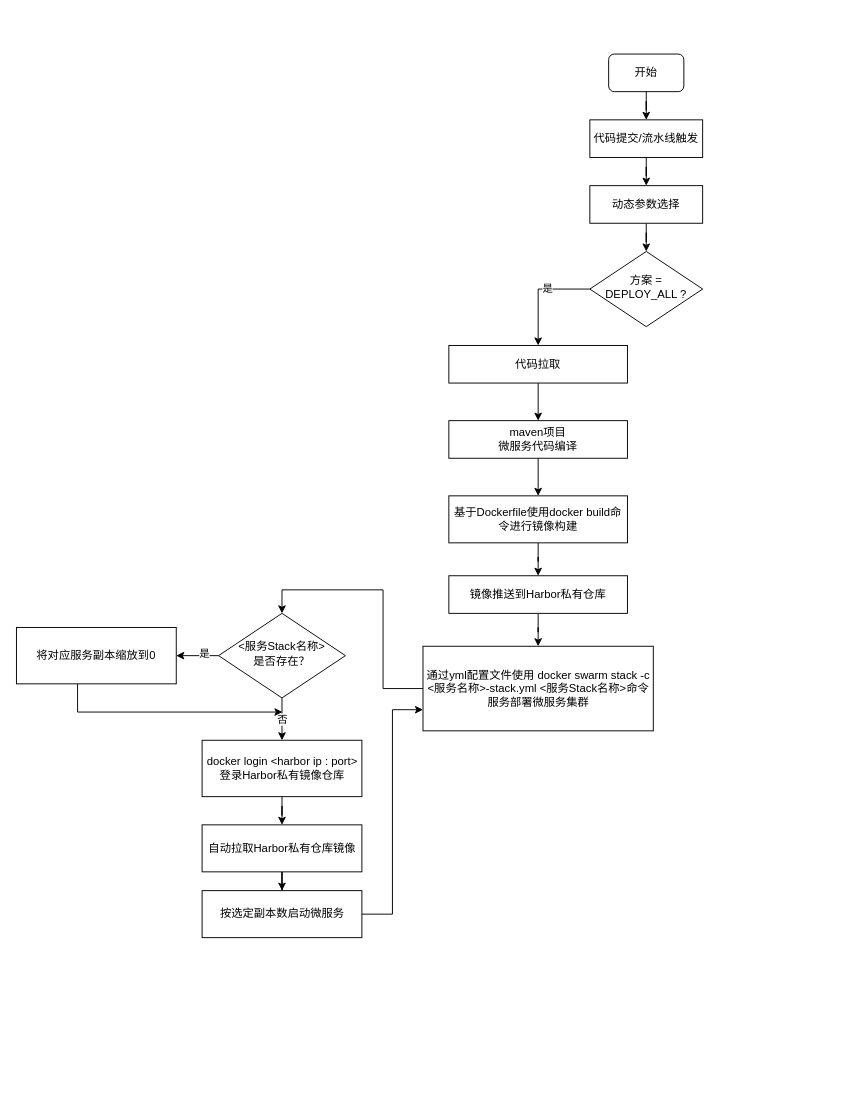
Before: jenkins-cicd-flow.drawio in oasisnoehub/DevOps, a draw.io diagram. Source tidied: cells renumbered, new cells numbered last; positions are measured from the earlier drawing's top-left corner, leaving out a move shared by most shapes. Both pictures are drawn from the tidied source at 94%, with x=0, y=0 at pixel (16, 54).
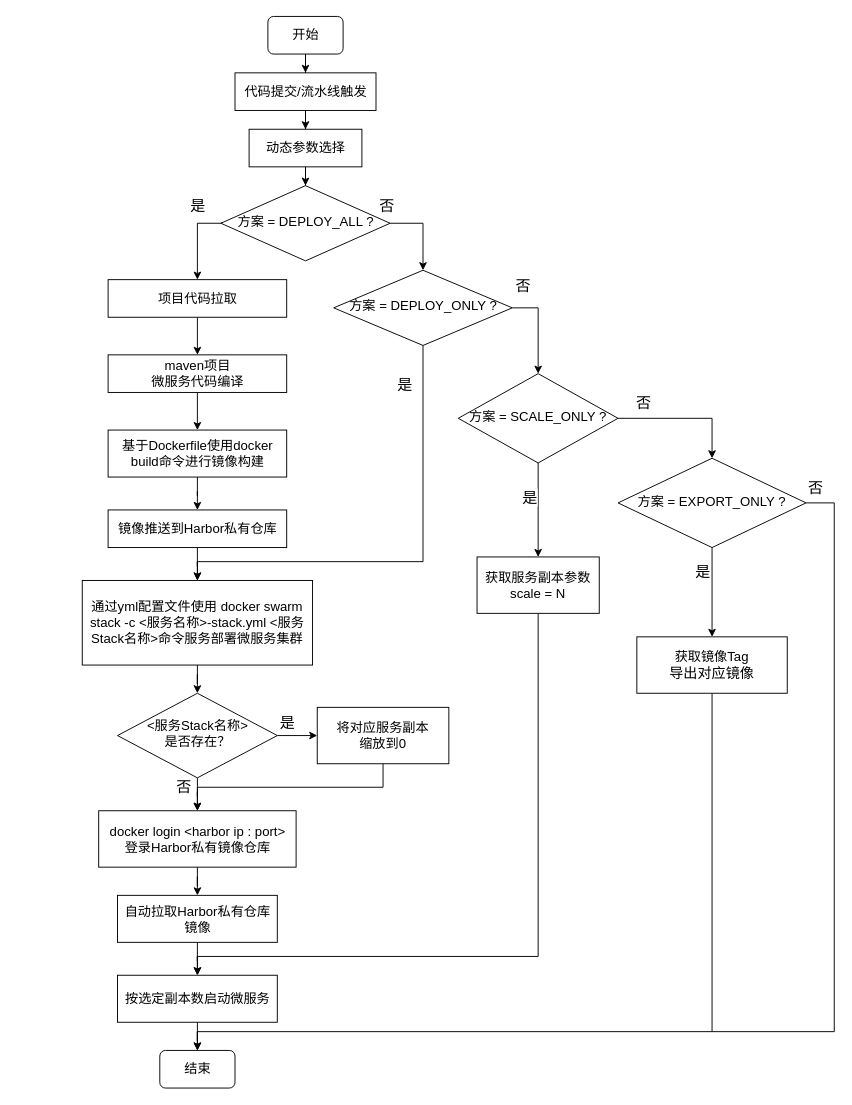
The same page after the edit.

Diff of the diagram source:
```diff
@@
-    <mxCell id="2" value="代码提交/流水线触发" style="rounded=0;whiteSpace=wrap;html=1;fontSize=12;glass=0;strokeWidth=1;shadow=0;" parent="1" vertex="1">
-      <mxGeometry x="610" y="70" width="120" height="40" as="geometry" />
+    <mxCell id="2" value="代码提交/流水线触发" style="rounded=0;whiteSpace=wrap;html=1;fontSize=14;glass=0;strokeWidth=1;shadow=0;" parent="1" vertex="1">
+      <mxGeometry x="232.5" y="20" width="150" height="40" as="geometry" />
     </mxCell>
-    <mxCell id="3" style="edgeStyle=orthogonalEdgeStyle;rounded=0;jettySize=auto;html=1;" parent="1" edge="1" source="2" target="5">
+    <mxCell id="3" style="edgeStyle=orthogonalEdgeStyle;rounded=0;jettySize=auto;html=1;fontSize=14;" parent="1" edge="1" source="2" target="5">
       <mxGeometry relative="1" as="geometry" />
     </mxCell>
-    <mxCell id="4" style="edgeStyle=orthogonalEdgeStyle;rounded=0;jettySize=auto;html=1;entryX=0.5;entryY=0;entryDx=0;entryDy=0;" parent="1" edge="1" source="5" target="8">
+    <mxCell id="4" style="edgeStyle=orthogonalEdgeStyle;rounded=0;jettySize=auto;html=1;entryX=0.5;entryY=0;entryDx=0;entryDy=0;fontSize=14;" parent="1" edge="1" source="5" target="8">
       <mxGeometry relative="1" as="geometry" />
     </mxCell>
-    <mxCell id="5" value="动态参数选择" style="rounded=0;whiteSpace=wrap;html=1;fontSize=12;glass=0;strokeWidth=1;shadow=0;" parent="1" vertex="1">
-      <mxGeometry x="610" y="140" width="120" height="40" as="geometry" />
+    <mxCell id="5" value="动态参数选择" style="rounded=0;whiteSpace=wrap;html=1;fontSize=14;glass=0;strokeWidth=1;shadow=0;" parent="1" vertex="1">
+      <mxGeometry x="247.5" y="80" width="120" height="40" as="geometry" />
     </mxCell>
-    <mxCell id="6" style="edgeStyle=orthogonalEdgeStyle;rounded=0;jettySize=auto;html=1;entryX=0.5;entryY=0;entryDx=0;entryDy=0;exitX=0;exitY=0.5;exitDx=0;exitDy=0;" parent="1" edge="1" source="8" target="10">
+    <mxCell id="6" style="edgeStyle=orthogonalEdgeStyle;rounded=0;jettySize=auto;html=1;entryX=0.5;entryY=0;entryDx=0;entryDy=0;exitX=0;exitY=0.5;exitDx=0;exitDy=0;fontSize=14;" parent="1" edge="1" source="8" target="10">
       <mxGeometry relative="1" as="geometry">
         <Array as="points">
-          <mxPoint x="610" y="250" />
-          <mxPoint x="555" y="250" />
+          <mxPoint x="247.5" y="180" />
+          <mxPoint x="192.5" y="180" />
         </Array>
       </mxGeometry>
     </mxCell>
-    <mxCell id="7" value="是" style="edgeLabel;html=1;align=center;verticalAlign=middle;" parent="6" vertex="1">
-      <mxGeometry x="-0.2" y="-1" relative="1" as="geometry" />
+    <mxCell id="7" value="&lt;font style=&quot;font-size: 16px;&quot;&gt;是&lt;/font&gt;" style="edgeLabel;html=1;align=center;verticalAlign=middle;fontSize=14;" parent="6" vertex="1">
+      <mxGeometry x="-0.2" y="-1" relative="1" as="geometry">
+        <mxPoint x="-27" y="-19" as="offset" />
+      </mxGeometry>
     </mxCell>
+    <mxCell id="33" style="edgeStyle=orthogonalEdgeStyle;rounded=0;jettySize=auto;html=1;entryX=0.5;entryY=0;entryDx=0;entryDy=0;exitX=1;exitY=0.5;exitDx=0;exitDy=0;fontSize=14;" parent="1" edge="1" source="8" target="43">
+      <mxGeometry relative="1" as="geometry" />
+    </mxCell>
+    <mxCell id="34" value="&lt;font style=&quot;font-size: 16px;&quot;&gt;否&lt;/font&gt;" style="edgeLabel;html=1;align=center;verticalAlign=middle;fontSize=14;" parent="33" vertex="1">
+      <mxGeometry x="-0.33" y="-4" relative="1" as="geometry">
+        <mxPoint x="-32" y="-24" as="offset" />
+      </mxGeometry>
+    </mxCell>
-    <mxCell id="8" value="方案 = DEPLOY_ALL ?" style="rhombus;whiteSpace=wrap;html=1;shadow=0;fontFamily=Helvetica;fontSize=12;align=center;strokeWidth=1;spacing=6;spacingTop=-4;" parent="1" vertex="1">
-      <mxGeometry x="610" y="210" width="120" height="80" as="geometry" />
+    <mxCell id="8" value="方案 = DEPLOY_ALL ?" style="rhombus;whiteSpace=wrap;html=1;shadow=0;fontFamily=Helvetica;fontSize=14;align=center;strokeWidth=1;spacing=6;spacingTop=-4;" parent="1" vertex="1">
+      <mxGeometry x="217.5" y="140" width="180" height="80" as="geometry" />
     </mxCell>
-    <mxCell id="9" style="edgeStyle=orthogonalEdgeStyle;rounded=0;jettySize=auto;html=1;entryX=0.5;entryY=0;entryDx=0;entryDy=0;" parent="1" edge="1" source="10" target="12">
+    <mxCell id="9" style="edgeStyle=orthogonalEdgeStyle;rounded=0;jettySize=auto;html=1;entryX=0.5;entryY=0;entryDx=0;entryDy=0;fontSize=14;" parent="1" edge="1" source="10" target="12">
       <mxGeometry relative="1" as="geometry" />
     </mxCell>
-    <mxCell id="10" value="代码拉取" style="rounded=0;whiteSpace=wrap;html=1;fontSize=12;glass=0;strokeWidth=1;shadow=0;" parent="1" vertex="1">
-      <mxGeometry x="460" y="310" width="190" height="40" as="geometry" />
+    <mxCell id="10" value="项目代码拉取" style="rounded=0;whiteSpace=wrap;html=1;fontSize=14;glass=0;strokeWidth=1;shadow=0;" parent="1" vertex="1">
+      <mxGeometry x="97.5" y="240" width="190" height="40" as="geometry" />
     </mxCell>
-    <mxCell id="11" style="edgeStyle=orthogonalEdgeStyle;rounded=0;jettySize=auto;html=1;entryX=0.5;entryY=0;entryDx=0;entryDy=0;" parent="1" edge="1" source="12" target="14">
+    <mxCell id="11" style="edgeStyle=orthogonalEdgeStyle;rounded=0;jettySize=auto;html=1;entryX=0.5;entryY=0;entryDx=0;entryDy=0;fontSize=14;" parent="1" edge="1" source="12" target="14">
       <mxGeometry relative="1" as="geometry" />
     </mxCell>
-    <mxCell id="12" value="maven项目&lt;br&gt;微服务代码编译" style="rounded=0;whiteSpace=wrap;html=1;fontSize=12;glass=0;strokeWidth=1;shadow=0;" parent="1" vertex="1">
-      <mxGeometry x="460" y="390" width="190" height="40" as="geometry" />
+    <mxCell id="12" value="maven项目&lt;br style=&quot;font-size: 14px;&quot;&gt;微服务代码编译" style="rounded=0;whiteSpace=wrap;html=1;fontSize=14;glass=0;strokeWidth=1;shadow=0;" parent="1" vertex="1">
+      <mxGeometry x="97.5" y="320" width="190" height="40" as="geometry" />
     </mxCell>
-    <mxCell id="13" style="edgeStyle=orthogonalEdgeStyle;rounded=0;jettySize=auto;html=1;entryX=0.5;entryY=0;entryDx=0;entryDy=0;" parent="1" edge="1" source="14" target="16">
+    <mxCell id="13" style="edgeStyle=orthogonalEdgeStyle;rounded=0;jettySize=auto;html=1;entryX=0.5;entryY=0;entryDx=0;entryDy=0;fontSize=14;" parent="1" edge="1" source="14" target="16">
       <mxGeometry relative="1" as="geometry" />
     </mxCell>
-    <mxCell id="14" value="基于Dockerfile使用docker build命令&lt;span style=&quot;background-color: initial;&quot;&gt;进行镜像构建&lt;/span&gt;" style="rounded=0;whiteSpace=wrap;html=1;fontSize=12;glass=0;strokeWidth=1;shadow=0;" parent="1" vertex="1">
-      <mxGeometry x="460" y="470" width="190" height="50" as="geometry" />
+    <mxCell id="14" value="基于Dockerfile使用docker build命令&lt;span style=&quot;background-color: initial; font-size: 14px;&quot;&gt;进行镜像构建&lt;/span&gt;" style="rounded=0;whiteSpace=wrap;html=1;fontSize=14;glass=0;strokeWidth=1;shadow=0;" parent="1" vertex="1">
+      <mxGeometry x="97.5" y="400" width="190" height="50" as="geometry" />
     </mxCell>
-    <mxCell id="15" style="edgeStyle=orthogonalEdgeStyle;rounded=0;jettySize=auto;html=1;entryX=0.5;entryY=0;entryDx=0;entryDy=0;" parent="1" edge="1" source="16" target="18">
+    <mxCell id="15" style="edgeStyle=orthogonalEdgeStyle;rounded=0;jettySize=auto;html=1;entryX=0.5;entryY=0;entryDx=0;entryDy=0;fontSize=14;" parent="1" edge="1" source="16" target="18">
       <mxGeometry relative="1" as="geometry" />
     </mxCell>
-    <mxCell id="16" value="镜像推送到Harbor私有仓库" style="rounded=0;whiteSpace=wrap;html=1;fontSize=12;glass=0;strokeWidth=1;shadow=0;" parent="1" vertex="1">
-      <mxGeometry x="460" y="555" width="190" height="40" as="geometry" />
+    <mxCell id="16" value="镜像推送到Harbor私有仓库" style="rounded=0;whiteSpace=wrap;html=1;fontSize=14;glass=0;strokeWidth=1;shadow=0;" parent="1" vertex="1">
+      <mxGeometry x="97.5" y="485" width="190" height="40" as="geometry" />
     </mxCell>
-    <mxCell id="17" style="edgeStyle=orthogonalEdgeStyle;rounded=0;jettySize=auto;html=1;entryX=0.5;entryY=0;entryDx=0;entryDy=0;" parent="1" edge="1" source="18" target="28">
-      <mxGeometry relative="1" as="geometry">
-        <Array as="points">
-          <mxPoint x="390" y="675" />
-          <mxPoint x="390" y="570" />
-          <mxPoint x="283" y="570" />
-        </Array>
-      </mxGeometry>
+    <mxCell id="17" style="edgeStyle=orthogonalEdgeStyle;rounded=0;jettySize=auto;html=1;entryX=0.5;entryY=0;entryDx=0;entryDy=0;fontSize=14;" parent="1" edge="1" source="18" target="28">
+      <mxGeometry relative="1" as="geometry" />
     </mxCell>
-    <mxCell id="18" value="&lt;div style=&quot;&quot;&gt;&lt;span style=&quot;background-color: initial;&quot;&gt;通过yml配置文件使用&amp;nbsp;&lt;/span&gt;&lt;span style=&quot;background-color: initial;&quot;&gt;docker swarm stack -c &amp;lt;服务名称&amp;gt;-stack.yml &amp;lt;服务Stack名称&amp;gt;命令&lt;/span&gt;&lt;span style=&quot;background-color: initial;&quot;&gt;服务部署微服务集群&lt;/span&gt;&lt;/div&gt;" style="rounded=0;whiteSpace=wrap;html=1;fontSize=12;glass=0;strokeWidth=1;shadow=0;align=center;" parent="1" vertex="1">
-      <mxGeometry x="432.5" y="630" width="245" height="90" as="geometry" />
+    <mxCell id="18" value="&lt;div style=&quot;font-size: 14px;&quot;&gt;&lt;span style=&quot;background-color: initial; font-size: 14px;&quot;&gt;通过yml配置文件使用&amp;nbsp;&lt;/span&gt;&lt;span style=&quot;background-color: initial; font-size: 14px;&quot;&gt;docker swarm stack -c &amp;lt;服务名称&amp;gt;-stack.yml &amp;lt;服务Stack名称&amp;gt;命令&lt;/span&gt;&lt;span style=&quot;background-color: initial; font-size: 14px;&quot;&gt;服务部署微服务集群&lt;/span&gt;&lt;/div&gt;" style="rounded=0;whiteSpace=wrap;html=1;fontSize=14;glass=0;strokeWidth=1;shadow=0;align=center;" parent="1" vertex="1">
+      <mxGeometry x="70" y="560" width="245" height="90" as="geometry" />
     </mxCell>
-    <mxCell id="19" style="edgeStyle=orthogonalEdgeStyle;rounded=0;jettySize=auto;html=1;entryX=0.5;entryY=0;entryDx=0;entryDy=0;" parent="1" edge="1" source="20" target="24">
+    <mxCell id="19" style="edgeStyle=orthogonalEdgeStyle;rounded=0;jettySize=auto;html=1;entryX=0.5;entryY=0;entryDx=0;entryDy=0;fontSize=14;" parent="1" edge="1" source="20" target="24">
       <mxGeometry relative="1" as="geometry" />
     </mxCell>
-    <mxCell id="20" value="docker login &amp;lt;harbor ip : port&amp;gt;&lt;div&gt;登录Harbor私有镜像仓库&lt;/div&gt;" style="rounded=0;whiteSpace=wrap;html=1;fontSize=12;glass=0;strokeWidth=1;shadow=0;" parent="1" vertex="1">
-      <mxGeometry x="197.5" y="730" width="170" height="60" as="geometry" />
+    <mxCell id="20" value="docker login &amp;lt;harbor ip : port&amp;gt;&lt;div style=&quot;font-size: 14px;&quot;&gt;登录Harbor私有镜像仓库&lt;/div&gt;" style="rounded=0;whiteSpace=wrap;html=1;fontSize=14;glass=0;strokeWidth=1;shadow=0;" parent="1" vertex="1">
+      <mxGeometry x="87.5" y="805" width="210" height="60" as="geometry" />
     </mxCell>
-    <mxCell id="21" style="edgeStyle=orthogonalEdgeStyle;rounded=0;jettySize=auto;html=1;entryX=0;entryY=0.75;entryDx=0;entryDy=0;" parent="1" edge="1" source="22" target="18">
-      <mxGeometry relative="1" as="geometry" />
-    </mxCell>
+    <mxCell id="35" style="edgeStyle=orthogonalEdgeStyle;rounded=0;jettySize=auto;html=1;entryX=0.5;entryY=0;entryDx=0;entryDy=0;fontSize=14;" parent="1" edge="1" source="22" target="38">
+      <mxGeometry relative="1" as="geometry" />
+    </mxCell>
-    <mxCell id="22" value="按选定副本数启动微服务" style="rounded=0;whiteSpace=wrap;html=1;fontSize=12;glass=0;strokeWidth=1;shadow=0;" parent="1" vertex="1">
-      <mxGeometry x="197.5" y="890" width="170" height="50" as="geometry" />
+    <mxCell id="22" value="按选定副本数启动微服务" style="rounded=0;whiteSpace=wrap;html=1;fontSize=14;glass=0;strokeWidth=1;shadow=0;" parent="1" vertex="1">
+      <mxGeometry x="107.5" y="980" width="170" height="50" as="geometry" />
     </mxCell>
-    <mxCell id="23" style="edgeStyle=orthogonalEdgeStyle;rounded=0;jettySize=auto;html=1;entryX=0.5;entryY=0;entryDx=0;entryDy=0;" parent="1" edge="1" source="24" target="22">
+    <mxCell id="23" style="edgeStyle=orthogonalEdgeStyle;rounded=0;jettySize=auto;html=1;entryX=0.5;entryY=0;entryDx=0;entryDy=0;fontSize=14;" parent="1" edge="1" source="24" target="22">
       <mxGeometry relative="1" as="geometry" />
     </mxCell>
-    <mxCell id="24" value="&lt;div&gt;自动拉取Harbor私有仓库镜像&lt;/div&gt;" style="rounded=0;whiteSpace=wrap;html=1;fontSize=12;glass=0;strokeWidth=1;shadow=0;" parent="1" vertex="1">
-      <mxGeometry x="197.5" y="820" width="170" height="50" as="geometry" />
+    <mxCell id="24" value="&lt;div style=&quot;font-size: 14px;&quot;&gt;自动拉取Harbor私有仓库镜像&lt;/div&gt;" style="rounded=0;whiteSpace=wrap;html=1;fontSize=14;glass=0;strokeWidth=1;shadow=0;" parent="1" vertex="1">
+      <mxGeometry x="107.5" y="895" width="170" height="50" as="geometry" />
     </mxCell>
+    <mxCell id="27" value="&lt;font style=&quot;font-size: 16px;&quot;&gt;否&lt;/font&gt;" style="edgeStyle=orthogonalEdgeStyle;rounded=0;jettySize=auto;html=1;fontSize=14;" parent="1" edge="1" source="28" target="20">
+      <mxGeometry x="-0.56" y="-15" relative="1" as="geometry" />
+    </mxCell>
-    <mxCell id="25" style="edgeStyle=orthogonalEdgeStyle;rounded=0;jettySize=auto;html=1;entryX=1;entryY=0.5;entryDx=0;entryDy=0;" parent="1" edge="1" source="28" target="30">
+    <mxCell id="25" style="edgeStyle=orthogonalEdgeStyle;rounded=0;jettySize=auto;html=1;entryX=0;entryY=0.5;entryDx=0;entryDy=0;fontSize=14;" parent="1" edge="1" source="28" target="30">
       <mxGeometry relative="1" as="geometry" />
     </mxCell>
-    <mxCell id="26" value="是" style="edgeLabel;html=1;align=center;verticalAlign=middle;" parent="25" vertex="1">
-      <mxGeometry x="-0.28" y="-3" relative="1" as="geometry" />
-    </mxCell>
-    <mxCell id="27" value="否" style="edgeStyle=orthogonalEdgeStyle;rounded=0;jettySize=auto;html=1;" parent="1" edge="1" source="28" target="20">
-      <mxGeometry relative="1" as="geometry" />
-    </mxCell>
+    <mxCell id="36" value="&lt;font style=&quot;font-size: 16px;&quot;&gt;是&lt;/font&gt;" style="edgeLabel;html=1;align=center;verticalAlign=middle;fontSize=14;" parent="25" vertex="1">
+      <mxGeometry x="-0.14" y="1" relative="1" as="geometry">
+        <mxPoint x="-8" y="-14" as="offset" />
+      </mxGeometry>
+    </mxCell>
-    <mxCell id="28" value="&amp;lt;服务Stack名称&amp;gt;&lt;div&gt;是否存在？&lt;/div&gt;" style="rhombus;whiteSpace=wrap;html=1;shadow=0;fontFamily=Helvetica;fontSize=12;align=center;strokeWidth=1;spacing=6;spacingTop=-4;" parent="1" vertex="1">
-      <mxGeometry x="215" y="595" width="135" height="90" as="geometry" />
+    <mxCell id="28" value="&amp;lt;服务Stack名称&amp;gt;&lt;div style=&quot;font-size: 14px;&quot;&gt;是否存在？&lt;/div&gt;" style="rhombus;whiteSpace=wrap;html=1;shadow=0;fontFamily=Helvetica;fontSize=14;align=center;strokeWidth=1;spacing=6;spacingTop=-4;" parent="1" vertex="1">
+      <mxGeometry x="107.5" y="680" width="170" height="90" as="geometry" />
     </mxCell>
-    <mxCell id="29" style="edgeStyle=orthogonalEdgeStyle;rounded=0;jettySize=auto;html=1;" parent="1" edge="1" source="30">
-      <mxGeometry relative="1" as="geometry">
-        <mxPoint x="283" y="700" as="targetPoint" />
-        <Array as="points">
-          <mxPoint x="65" y="700" />
-          <mxPoint x="283" y="700" />
-        </Array>
-      </mxGeometry>
-    </mxCell>
+    <mxCell id="37" style="edgeStyle=orthogonalEdgeStyle;rounded=0;jettySize=auto;html=1;entryX=0.5;entryY=0;entryDx=0;entryDy=0;fontSize=14;" parent="1" edge="1" source="30" target="20">
+      <mxGeometry relative="1" as="geometry">
+        <Array as="points">
+          <mxPoint x="390.5" y="780" />
+          <mxPoint x="192.5" y="780" />
+        </Array>
+      </mxGeometry>
+    </mxCell>
-    <mxCell id="30" value="将对应服务副本缩放到0" style="rounded=0;whiteSpace=wrap;html=1;fontSize=12;glass=0;strokeWidth=1;shadow=0;" parent="1" vertex="1">
-      <mxGeometry y="610" width="170" height="60" as="geometry" />
+    <mxCell id="30" value="将对应服务副本&lt;div style=&quot;font-size: 14px;&quot;&gt;缩放到0&lt;/div&gt;" style="rounded=0;whiteSpace=wrap;html=1;fontSize=14;glass=0;strokeWidth=1;shadow=0;" parent="1" vertex="1">
+      <mxGeometry x="320" y="695" width="140" height="60" as="geometry" />
     </mxCell>
-    <mxCell id="31" style="edgeStyle=orthogonalEdgeStyle;rounded=0;jettySize=auto;html=1;entryX=0.5;entryY=0;entryDx=0;entryDy=0;" parent="1" edge="1" source="32" target="2">
+    <mxCell id="31" style="edgeStyle=orthogonalEdgeStyle;rounded=0;jettySize=auto;html=1;entryX=0.5;entryY=0;entryDx=0;entryDy=0;fontSize=14;" parent="1" edge="1" source="32" target="2">
       <mxGeometry relative="1" as="geometry" />
     </mxCell>
-    <mxCell id="32" value="开始" style="rounded=1;whiteSpace=wrap;html=1;fontSize=12;glass=0;strokeWidth=1;shadow=0;" parent="1" vertex="1">
-      <mxGeometry x="630" width="80" height="40" as="geometry" />
+    <mxCell id="32" value="开始" style="rounded=1;whiteSpace=wrap;html=1;fontSize=14;glass=0;strokeWidth=1;shadow=0;" parent="1" vertex="1">
+      <mxGeometry x="267.5" y="-40" width="80" height="40" as="geometry" />
     </mxCell>
+    <mxCell id="38" value="结束" style="rounded=1;whiteSpace=wrap;html=1;fontSize=14;glass=0;strokeWidth=1;shadow=0;" parent="1" vertex="1">
+      <mxGeometry x="152.5" y="1060" width="80" height="40" as="geometry" />
+    </mxCell>
+    <mxCell id="39" style="edgeStyle=orthogonalEdgeStyle;rounded=0;jettySize=auto;html=1;entryX=0.5;entryY=0;entryDx=0;entryDy=0;fontSize=14;" parent="1" edge="1" source="43" target="18">
+      <mxGeometry relative="1" as="geometry">
+        <Array as="points">
+          <mxPoint x="433" y="540" />
+          <mxPoint x="193" y="540" />
+        </Array>
+      </mxGeometry>
+    </mxCell>
+    <mxCell id="40" value="&lt;font style=&quot;font-size: 16px;&quot;&gt;是&lt;/font&gt;" style="edgeLabel;html=1;align=center;verticalAlign=middle;fontSize=14;" parent="39" vertex="1">
+      <mxGeometry x="-0.65" y="-2" relative="1" as="geometry">
+        <mxPoint x="-18" y="-45" as="offset" />
+      </mxGeometry>
+    </mxCell>
+    <mxCell id="41" style="edgeStyle=orthogonalEdgeStyle;rounded=0;jettySize=auto;html=1;entryX=0.5;entryY=0;entryDx=0;entryDy=0;exitX=1;exitY=0.5;exitDx=0;exitDy=0;fontSize=14;" parent="1" edge="1" source="43" target="48">
+      <mxGeometry relative="1" as="geometry" />
+    </mxCell>
+    <mxCell id="42" value="&lt;font style=&quot;font-size: 16px;&quot;&gt;否&lt;/font&gt;" style="edgeLabel;html=1;align=center;verticalAlign=middle;fontSize=14;" parent="41" vertex="1">
+      <mxGeometry x="-0.29" y="-2" relative="1" as="geometry">
+        <mxPoint x="-15" y="-31" as="offset" />
+      </mxGeometry>
+    </mxCell>
+    <mxCell id="43" value="方案 = DEPLOY_ONLY ?" style="rhombus;whiteSpace=wrap;html=1;shadow=0;fontFamily=Helvetica;fontSize=14;align=center;strokeWidth=1;spacing=6;spacingTop=-4;" parent="1" vertex="1">
+      <mxGeometry x="337.5" y="230" width="190" height="80" as="geometry" />
+    </mxCell>
+    <mxCell id="44" style="edgeStyle=orthogonalEdgeStyle;rounded=0;jettySize=auto;html=1;fontSize=14;" parent="1" edge="1" source="48" target="50">
+      <mxGeometry relative="1" as="geometry" />
+    </mxCell>
+    <mxCell id="45" value="&lt;font style=&quot;font-size: 16px;&quot;&gt;是&lt;/font&gt;" style="edgeLabel;html=1;align=center;verticalAlign=middle;fontSize=14;" parent="44" vertex="1">
+      <mxGeometry x="-0.11" y="-3" relative="1" as="geometry">
+        <mxPoint x="-7" y="-9" as="offset" />
+      </mxGeometry>
+    </mxCell>
+    <mxCell id="46" style="edgeStyle=orthogonalEdgeStyle;rounded=0;jettySize=auto;html=1;exitX=1;exitY=0.5;exitDx=0;exitDy=0;" parent="1" edge="1" source="48" target="53">
+      <mxGeometry relative="1" as="geometry" />
+    </mxCell>
+    <mxCell id="47" value="&lt;font style=&quot;font-size: 16px;&quot;&gt;否&lt;/font&gt;" style="edgeLabel;html=1;align=center;verticalAlign=middle;" parent="46" vertex="1">
+      <mxGeometry x="-0.63" y="-2" relative="1" as="geometry">
+        <mxPoint y="-19" as="offset" />
+      </mxGeometry>
+    </mxCell>
+    <mxCell id="48" value="方案 = SCALE_ONLY ?" style="rhombus;whiteSpace=wrap;html=1;shadow=0;fontFamily=Helvetica;fontSize=14;align=center;strokeWidth=1;spacing=6;spacingTop=-4;" parent="1" vertex="1">
+      <mxGeometry x="470" y="340" width="170" height="95" as="geometry" />
+    </mxCell>
+    <mxCell id="49" style="edgeStyle=orthogonalEdgeStyle;rounded=0;jettySize=auto;html=1;entryX=0.5;entryY=0;entryDx=0;entryDy=0;fontSize=14;" parent="1" edge="1" source="50" target="22">
+      <mxGeometry relative="1" as="geometry">
+        <Array as="points">
+          <mxPoint x="555" y="960" />
+          <mxPoint x="193" y="960" />
+        </Array>
+      </mxGeometry>
+    </mxCell>
+    <mxCell id="50" value="获取服务副本&lt;span style=&quot;background-color: initial; font-size: 14px;&quot;&gt;参数&lt;br style=&quot;font-size: 14px;&quot;&gt;scale = N&lt;/span&gt;" style="rounded=0;whiteSpace=wrap;html=1;fontSize=14;glass=0;strokeWidth=1;shadow=0;" parent="1" vertex="1">
+      <mxGeometry x="490" y="535" width="130" height="60" as="geometry" />
+    </mxCell>
+    <mxCell id="51" value="&lt;font style=&quot;font-size: 16px;&quot;&gt;是&lt;/font&gt;" style="edgeStyle=orthogonalEdgeStyle;rounded=0;jettySize=auto;html=1;entryX=0.5;entryY=0;entryDx=0;entryDy=0;" parent="1" edge="1" source="53" target="55">
+      <mxGeometry x="-0.45" y="-10" relative="1" as="geometry" />
+    </mxCell>
+    <mxCell id="52" value="&lt;font style=&quot;font-size: 16px;&quot;&gt;否&lt;/font&gt;" style="edgeStyle=orthogonalEdgeStyle;rounded=0;jettySize=auto;html=1;exitX=1;exitY=0.5;exitDx=0;exitDy=0;strokeColor=default;endArrow=none;endFill=0;" parent="1" edge="1" source="53">
+      <mxGeometry x="-0.97" y="17" relative="1" as="geometry">
+        <mxPoint x="740" y="1040" as="targetPoint" />
+        <Array as="points">
+          <mxPoint x="870" y="478" />
+          <mxPoint x="870" y="1040" />
+        </Array>
+        <mxPoint x="-1" as="offset" />
+      </mxGeometry>
+    </mxCell>
+    <mxCell id="53" value="方案 = EXPORT_ONLY ?" style="rhombus;whiteSpace=wrap;html=1;shadow=0;fontFamily=Helvetica;fontSize=14;align=center;strokeWidth=1;spacing=6;spacingTop=-4;" parent="1" vertex="1">
+      <mxGeometry x="640" y="430" width="200" height="95" as="geometry" />
+    </mxCell>
+    <mxCell id="54" style="edgeStyle=orthogonalEdgeStyle;rounded=0;jettySize=auto;html=1;entryX=0.5;entryY=0;entryDx=0;entryDy=0;" parent="1" edge="1" source="55" target="38">
+      <mxGeometry relative="1" as="geometry">
+        <Array as="points">
+          <mxPoint x="740" y="1040" />
+          <mxPoint x="193" y="1040" />
+        </Array>
+      </mxGeometry>
+    </mxCell>
+    <mxCell id="55" value="获取镜像Tag&lt;div&gt;&lt;span style=&quot;font-size: 15px; background-color: initial;&quot;&gt;导出对应镜像&lt;/span&gt;&lt;/div&gt;" style="rounded=0;whiteSpace=wrap;html=1;fontSize=14;glass=0;strokeWidth=1;shadow=0;" parent="1" vertex="1">
+      <mxGeometry x="660" y="620" width="160" height="60" as="geometry" />
+    </mxCell>
```
